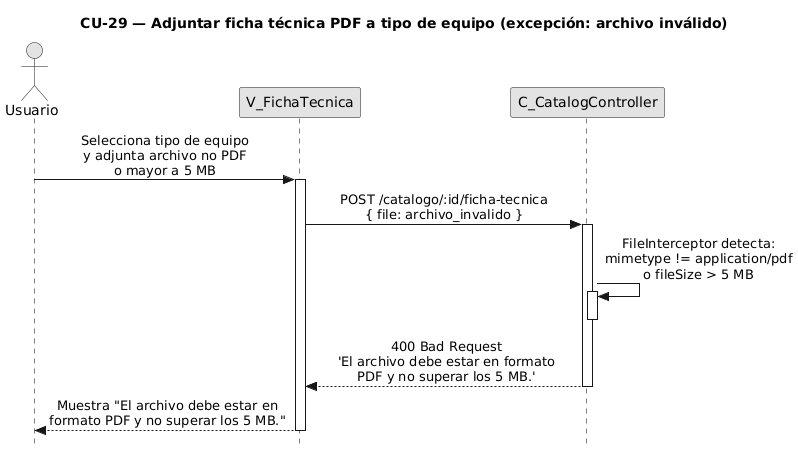
FSM-Finet-y-Cable-Magico/Team_1-Inventario-y-Bodega keeps this PlantUML diagram as diagramas-secuencia/CU29/CU29-exc-archivo-invalido.png. Above is the earlier version. The source it was exported from:
```plantuml
@startuml CU29-exc-archivo-invalido
title CU-29 — Adjuntar ficha técnica PDF a tipo de equipo (excepción: archivo inválido)

skinparam style strictuml
skinparam monochrome true
skinparam shadowing false
skinparam sequenceMessageAlign center
skinparam ParticipantPadding 70
skinparam ActorPadding 30
skinparam sequence {
  MessageAlign center
  LifeLineBorderColor black
}
hide footbox

actor "Usuario" as user
participant "V_FichaTecnica" as view
participant "C_CatalogController" as ctrl

user -> view : Selecciona tipo de equipo\ny adjunta archivo no PDF\no mayor a 5 MB
activate view

view -> ctrl : POST /catalogo/:id/ficha-tecnica\n{ file: archivo_invalido }
activate ctrl

ctrl -> ctrl : FileInterceptor detecta:\nmimetype != application/pdf\no fileSize > 5 MB
activate ctrl
deactivate ctrl

ctrl --> view : 400 Bad Request\n'El archivo debe estar en formato\nPDF y no superar los 5 MB.'
deactivate ctrl

view --> user : Muestra "El archivo debe estar en\nformato PDF y no superar los 5 MB."
deactivate view

@enduml
```
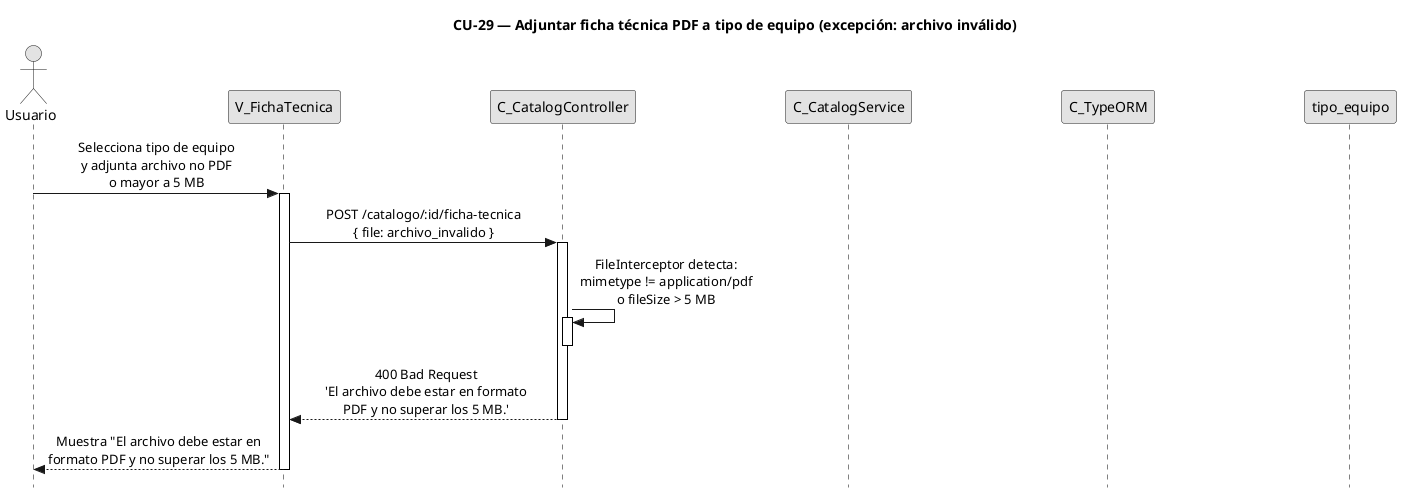
The same diagram one commit later.

Change to the diagram source:
```diff
@@ -16,6 +16,9 @@
 actor "Usuario" as user
 participant "V_FichaTecnica" as view
 participant "C_CatalogController" as ctrl
+participant "C_CatalogService" as svc
+participant "C_TypeORM" as orm
+participant "tipo_equipo" as tent
 
 user -> view : Selecciona tipo de equipo\ny adjunta archivo no PDF\no mayor a 5 MB
 activate view
```
